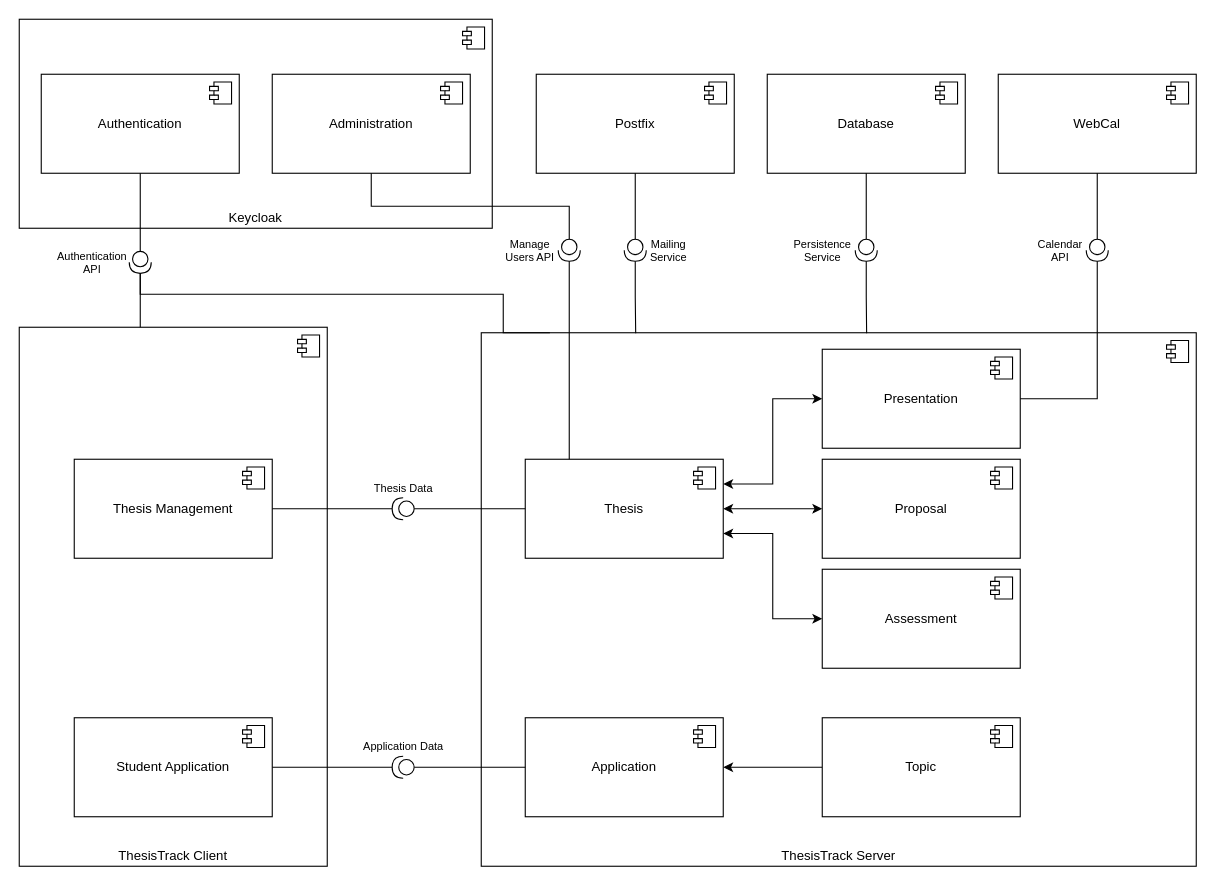
Earlier version of the draw.io diagram subsystem-decomposition.drawio (fabian-emilius/bachelor-thesis-charts). Source tidied: cells renumbered, new cells numbered last; positions are measured from the earlier drawing's top-left corner, leaving out a move shared by most shapes. Both pictures are drawn from the tidied source at 110%, with x=0, y=0 at pixel (19, 19).
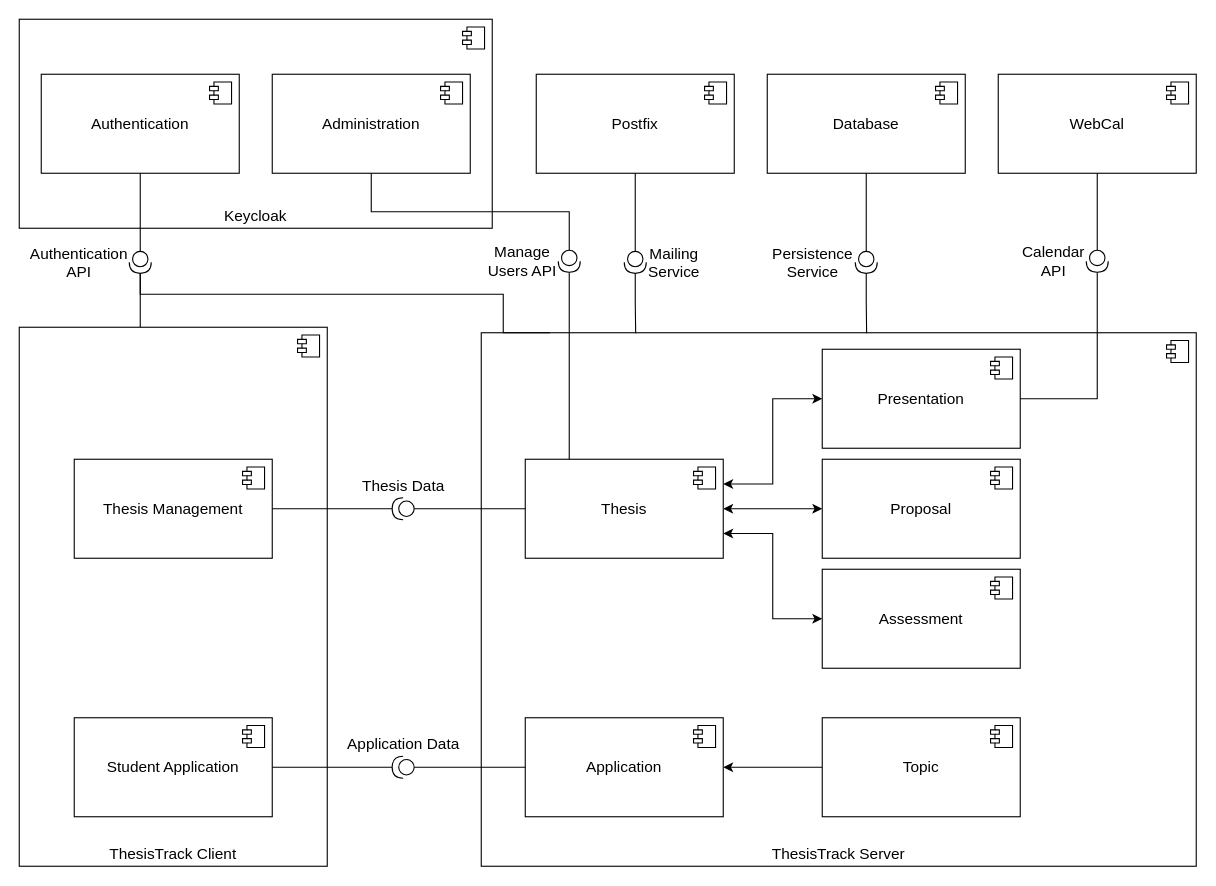
The same diagram, later.

What changed in the source:
```diff
@@
-    <mxCell id="2" value="Postfix" style="html=1;whiteSpace=wrap;" parent="1" vertex="1">
+    <mxCell id="2" value="&lt;font style=&quot;font-size: 14px;&quot;&gt;Postfix&lt;/font&gt;" style="html=1;whiteSpace=wrap;" parent="1" vertex="1">
       <mxGeometry x="470" y="50" width="180" height="90" as="geometry" />
     </mxCell>
@@
-    <mxCell id="4" value="Database" style="html=1;whiteSpace=wrap;" parent="1" vertex="1">
+    <mxCell id="4" value="&lt;font style=&quot;font-size: 14px;&quot;&gt;Database&lt;/font&gt;" style="html=1;whiteSpace=wrap;" parent="1" vertex="1">
       <mxGeometry x="680" y="50" width="180" height="90" as="geometry" />
     </mxCell>
@@
-    <mxCell id="6" value="Keycloak" style="html=1;whiteSpace=wrap;verticalAlign=bottom;" parent="1" vertex="1">
+    <mxCell id="6" value="&lt;font style=&quot;font-size: 14px;&quot;&gt;Keycloak&lt;/font&gt;" style="html=1;whiteSpace=wrap;verticalAlign=bottom;" parent="1" vertex="1">
       <mxGeometry width="430" height="190" as="geometry" />
     </mxCell>
@@
-    <mxCell id="8" value="Authentication" style="html=1;whiteSpace=wrap;" parent="1" vertex="1">
+    <mxCell id="8" value="&lt;font style=&quot;font-size: 14px;&quot;&gt;Authentication&lt;/font&gt;" style="html=1;whiteSpace=wrap;" parent="1" vertex="1">
       <mxGeometry x="20" y="50" width="180" height="90" as="geometry" />
     </mxCell>
@@
-    <mxCell id="10" value="ThesisTrack Client" style="html=1;whiteSpace=wrap;verticalAlign=bottom;" parent="1" vertex="1">
+    <mxCell id="10" value="&lt;font style=&quot;font-size: 14px;&quot;&gt;ThesisTrack Client&lt;/font&gt;" style="html=1;whiteSpace=wrap;verticalAlign=bottom;" parent="1" vertex="1">
       <mxGeometry y="280" width="280" height="490" as="geometry" />
     </mxCell>
@@
-    <mxCell id="12" value="ThesisTrack Server" style="html=1;whiteSpace=wrap;verticalAlign=bottom;" parent="1" vertex="1">
+    <mxCell id="12" value="&lt;font style=&quot;font-size: 14px;&quot;&gt;ThesisTrack Server&lt;/font&gt;" style="html=1;whiteSpace=wrap;verticalAlign=bottom;" parent="1" vertex="1">
       <mxGeometry x="420" y="285" width="650" height="485" as="geometry" />
     </mxCell>
@@
-    <mxCell id="14" value="WebCal" style="html=1;whiteSpace=wrap;" parent="1" vertex="1">
+    <mxCell id="14" value="&lt;font style=&quot;font-size: 14px;&quot;&gt;WebCal&lt;/font&gt;" style="html=1;whiteSpace=wrap;" parent="1" vertex="1">
       <mxGeometry x="890" y="50" width="180" height="90" as="geometry" />
     </mxCell>
@@
-    <mxCell id="16" value="Administration" style="html=1;whiteSpace=wrap;" parent="1" vertex="1">
+    <mxCell id="16" value="&lt;font style=&quot;font-size: 14px;&quot;&gt;Administration&lt;/font&gt;" style="html=1;whiteSpace=wrap;" parent="1" vertex="1">
       <mxGeometry x="230" y="50" width="180" height="90" as="geometry" />
     </mxCell>
@@
-    <mxCell id="18" value="Student Application" style="html=1;whiteSpace=wrap;" parent="1" vertex="1">
+    <mxCell id="18" value="&lt;font style=&quot;font-size: 14px;&quot;&gt;Student Application&lt;/font&gt;" style="html=1;whiteSpace=wrap;" parent="1" vertex="1">
       <mxGeometry x="50" y="635" width="180" height="90" as="geometry" />
     </mxCell>
@@
-    <mxCell id="20" value="Thesis Management" style="html=1;whiteSpace=wrap;" parent="1" vertex="1">
+    <mxCell id="20" value="&lt;font style=&quot;font-size: 14px;&quot;&gt;Thesis Management&lt;/font&gt;" style="html=1;whiteSpace=wrap;" parent="1" vertex="1">
       <mxGeometry x="50" y="400" width="180" height="90" as="geometry" />
     </mxCell>
@@
-    <mxCell id="22" value="&lt;div&gt;&lt;span style=&quot;background-color: initial;&quot;&gt;Application&lt;/span&gt;&lt;br&gt;&lt;/div&gt;" style="html=1;whiteSpace=wrap;" parent="1" vertex="1">
+    <mxCell id="22" value="&lt;div&gt;&lt;span style=&quot;background-color: initial;&quot;&gt;&lt;font style=&quot;font-size: 14px;&quot;&gt;Application&lt;/font&gt;&lt;/span&gt;&lt;br&gt;&lt;/div&gt;" style="html=1;whiteSpace=wrap;" parent="1" vertex="1">
       <mxGeometry x="460" y="635" width="180" height="90" as="geometry" />
     </mxCell>
@@
-    <mxCell id="27" value="Thesis" style="html=1;whiteSpace=wrap;" parent="1" vertex="1">
+    <mxCell id="27" value="&lt;font style=&quot;font-size: 14px;&quot;&gt;Thesis&lt;/font&gt;" style="html=1;whiteSpace=wrap;" parent="1" vertex="1">
       <mxGeometry x="460" y="400" width="180" height="90" as="geometry" />
     </mxCell>
@@
-    <mxCell id="29" value="Presentation" style="html=1;whiteSpace=wrap;" parent="1" vertex="1">
+    <mxCell id="29" value="&lt;font style=&quot;font-size: 14px;&quot;&gt;Presentation&lt;/font&gt;" style="html=1;whiteSpace=wrap;" parent="1" vertex="1">
       <mxGeometry x="730" y="300" width="180" height="90" as="geometry" />
     </mxCell>
@@
-    <mxCell id="32" value="Topic" style="html=1;whiteSpace=wrap;" parent="1" vertex="1">
+    <mxCell id="32" value="&lt;font style=&quot;font-size: 14px;&quot;&gt;Topic&lt;/font&gt;" style="html=1;whiteSpace=wrap;" parent="1" vertex="1">
       <mxGeometry x="730" y="635" width="180" height="90" as="geometry" />
     </mxCell>
@@
-    <mxCell id="36" value="Application Data" style="shape=providedRequiredInterface;html=1;verticalLabelPosition=top;sketch=0;rotation=0;verticalAlign=bottom;fontSize=10;labelPosition=center;align=center;direction=west;flipH=0;" parent="1" vertex="1">
+    <mxCell id="36" value="&lt;font style=&quot;font-size: 14px;&quot;&gt;Application Data&lt;/font&gt;" style="shape=providedRequiredInterface;html=1;verticalLabelPosition=top;sketch=0;rotation=0;verticalAlign=bottom;fontSize=10;labelPosition=center;align=center;direction=west;flipH=0;" parent="1" vertex="1">
       <mxGeometry x="339" y="670" width="20" height="20" as="geometry" />
     </mxCell>
@@
-    <mxCell id="39" value="Thesis Data" style="shape=providedRequiredInterface;html=1;verticalLabelPosition=top;sketch=0;rotation=0;horizontal=1;labelPosition=center;align=center;verticalAlign=bottom;fontSize=10;flipH=1;" parent="1" vertex="1">
+    <mxCell id="39" value="&lt;font style=&quot;font-size: 14px;&quot;&gt;Thesis Data&lt;/font&gt;" style="shape=providedRequiredInterface;html=1;verticalLabelPosition=top;sketch=0;rotation=0;horizontal=1;labelPosition=center;align=center;verticalAlign=bottom;fontSize=10;flipH=1;" parent="1" vertex="1">
       <mxGeometry x="339" y="435" width="20" height="20" as="geometry" />
     </mxCell>
@@
-    <mxCell id="41" value="Authentication&lt;div style=&quot;font-size: 10px;&quot;&gt;API&lt;/div&gt;" style="shape=providedRequiredInterface;html=1;verticalLabelPosition=middle;sketch=0;rotation=90;horizontal=0;labelPosition=center;align=center;verticalAlign=middle;spacingRight=88;fontSize=10;" parent="1" vertex="1">
+    <mxCell id="41" value="&lt;font style=&quot;font-size: 14px;&quot;&gt;Authentication&lt;/font&gt;&lt;div style=&quot;font-size: 14px;&quot;&gt;&lt;font style=&quot;font-size: 14px;&quot;&gt;API&lt;/font&gt;&lt;/div&gt;" style="shape=providedRequiredInterface;html=1;verticalLabelPosition=middle;sketch=0;rotation=90;horizontal=0;labelPosition=center;align=center;verticalAlign=middle;spacingRight=112;fontSize=10;" parent="1" vertex="1">
       <mxGeometry x="100" y="211" width="20" height="20" as="geometry" />
     </mxCell>
@@
-    <mxCell id="44" value="Calendar&lt;div style=&quot;font-size: 10px;&quot;&gt;API&lt;/div&gt;" style="shape=providedRequiredInterface;html=1;verticalLabelPosition=middle;sketch=0;rotation=90;horizontal=0;labelPosition=center;align=center;verticalAlign=middle;fontSize=10;spacingRight=68;" parent="1" vertex="1">
-      <mxGeometry x="970" y="200" width="20" height="20" as="geometry" />
+    <mxCell id="44" value="&lt;font style=&quot;font-size: 14px;&quot;&gt;Calendar&lt;/font&gt;&lt;div style=&quot;font-size: 14px;&quot;&gt;&lt;font style=&quot;font-size: 14px;&quot;&gt;API&lt;/font&gt;&lt;/div&gt;" style="shape=providedRequiredInterface;html=1;verticalLabelPosition=middle;sketch=0;rotation=90;horizontal=0;labelPosition=center;align=center;verticalAlign=middle;fontSize=10;spacingRight=81;" parent="1" vertex="1">
+      <mxGeometry x="970" y="210" width="20" height="20" as="geometry" />
     </mxCell>
-    <mxCell id="45" value="Mailing&lt;div style=&quot;font-size: 10px;&quot;&gt;Service&lt;/div&gt;" style="shape=providedRequiredInterface;html=1;verticalLabelPosition=middle;sketch=0;rotation=90;labelPosition=center;align=center;verticalAlign=middle;horizontal=0;fontSize=10;spacingLeft=60;" parent="1" vertex="1">
-      <mxGeometry x="550" y="200" width="20" height="20" as="geometry" />
+    <mxCell id="45" value="&lt;font style=&quot;font-size: 14px;&quot;&gt;Mailing&lt;/font&gt;&lt;div style=&quot;font-size: 14px;&quot;&gt;&lt;font style=&quot;font-size: 14px;&quot;&gt;Service&lt;/font&gt;&lt;/div&gt;" style="shape=providedRequiredInterface;html=1;verticalLabelPosition=middle;sketch=0;rotation=90;labelPosition=center;align=center;verticalAlign=middle;horizontal=0;fontSize=10;spacingLeft=69;" parent="1" vertex="1">
+      <mxGeometry x="550" y="211" width="20" height="20" as="geometry" />
     </mxCell>
-    <mxCell id="46" value="Persistence&lt;div style=&quot;font-size: 10px;&quot;&gt;&lt;span style=&quot;background-color: initial; font-size: 10px;&quot;&gt;Service&lt;/span&gt;&lt;/div&gt;" style="shape=providedRequiredInterface;html=1;verticalLabelPosition=middle;sketch=0;rotation=90;align=center;verticalAlign=middle;horizontal=0;labelPosition=center;spacingRight=80;fontSize=10;" parent="1" vertex="1">
-      <mxGeometry x="760" y="200" width="20" height="20" as="geometry" />
+    <mxCell id="46" value="&lt;font style=&quot;font-size: 14px;&quot;&gt;Persistence&lt;/font&gt;&lt;div style=&quot;font-size: 14px;&quot;&gt;&lt;span style=&quot;background-color: initial;&quot;&gt;&lt;font style=&quot;font-size: 14px;&quot;&gt;Service&lt;/font&gt;&lt;/span&gt;&lt;/div&gt;" style="shape=providedRequiredInterface;html=1;verticalLabelPosition=middle;sketch=0;rotation=90;align=center;verticalAlign=middle;horizontal=0;labelPosition=center;spacingRight=98;fontSize=10;" parent="1" vertex="1">
+      <mxGeometry x="760" y="211" width="20" height="20" as="geometry" />
     </mxCell>
@@
-    <mxCell id="51" value="Assessment" style="html=1;whiteSpace=wrap;" parent="1" vertex="1">
+    <mxCell id="51" value="&lt;font style=&quot;font-size: 14px;&quot;&gt;Assessment&lt;/font&gt;" style="html=1;whiteSpace=wrap;" parent="1" vertex="1">
       <mxGeometry x="730" y="500" width="180" height="90" as="geometry" />
     </mxCell>
@@
-    <mxCell id="54" value="Proposal" style="html=1;whiteSpace=wrap;" parent="1" vertex="1">
+    <mxCell id="54" value="&lt;font style=&quot;font-size: 14px;&quot;&gt;Proposal&lt;/font&gt;" style="html=1;whiteSpace=wrap;" parent="1" vertex="1">
       <mxGeometry x="730" y="400" width="180" height="90" as="geometry" />
     </mxCell>
@@
-    <mxCell id="58" value="Manage&lt;div style=&quot;font-size: 10px;&quot;&gt;Users API&lt;/div&gt;" style="shape=providedRequiredInterface;html=1;verticalLabelPosition=middle;sketch=0;rotation=90;horizontal=0;fontSize=10;labelPosition=center;align=center;verticalAlign=middle;spacingRight=73;" parent="1" vertex="1">
-      <mxGeometry x="490" y="200" width="20" height="20" as="geometry" />
+    <mxCell id="58" value="&lt;font style=&quot;font-size: 14px;&quot;&gt;Manage&lt;/font&gt;&lt;div style=&quot;font-size: 14px;&quot;&gt;&lt;font style=&quot;font-size: 14px;&quot;&gt;Users API&lt;/font&gt;&lt;/div&gt;" style="shape=providedRequiredInterface;html=1;verticalLabelPosition=middle;sketch=0;rotation=90;horizontal=0;fontSize=10;labelPosition=center;align=center;verticalAlign=middle;spacingRight=86;" parent="1" vertex="1">
+      <mxGeometry x="490" y="210" width="20" height="20" as="geometry" />
     </mxCell>
```
